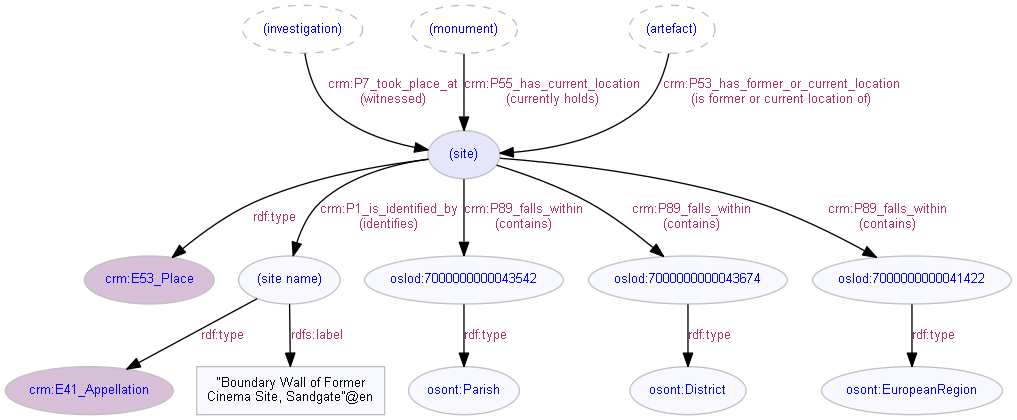
Earlier version of the Graphviz export pages/docs/img/ld4he-site.png (cbinding/LD4HE). Its source is kept beside it as diagrams/ld4he-site.dot.
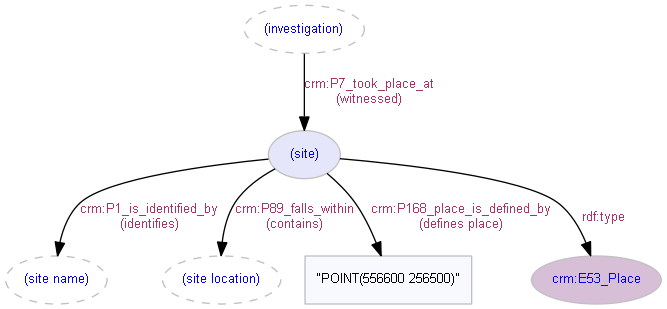
After the commit.

What changed in the source:
```diff
@@ -2,23 +2,14 @@
    node [color=gray, fontcolor=blue, fontsize=10, fontname=Arial, style=filled, fillcolor=ghostwhite];
    edge [color=black, fontcolor=maroon, fontsize=10, fontname=Arial];
    "(investigation)" [style=dashed];
-   "(monument)" [style=dashed];
-   "(artefact)" [style=dashed];
    "(site)" [fillcolor="lavender"];
+   "(site name)" [style=dashed];
+   "(site location)" [style=dashed];
+   "\"POINT(556600 256500)\"" [shape=box, fontcolor=black];
    "crm:E53_Place" [fillcolor=thistle, target="crm", URL="http://www.cidoc-crm.org/cidoc-crm/E53_Place"];
-   "crm:E41_Appellation" [fillcolor=thistle, target="crm", URL="http://www.cidoc-crm.org/cidoc-crm/E41_Appellation"];
    "(investigation)" -> "(site)" [label="crm:P7_took_place_at\n(witnessed)", labelURL="http://www.cidoc-crm.org/cidoc-crm/P7_took_place_at"];
-   "(monument)" -> "(site)" [label="crm:P55_has_current_location\n(currently holds)", labelURL="http://www.cidoc-crm.org/cidoc-crm/P55_has_current_location"];
-   "(artefact)" -> "(site)" [label="crm:P53_has_former_or_current_location\n(is former or current location of)", labelURL="http://www.cidoc-crm.org/cidoc-crm/P53_has_former_or_current_location"];
    "(site)" -> "crm:E53_Place" [label="rdf:type", labelURL="http://www.w3.org/1999/02/22-rdf-syntax-ns#type"];
    "(site)" -> "(site name)" [label="crm:P1_is_identified_by\n(identifies)", labelURL="http://www.cidoc-crm.org/cidoc-crm/P1_is_identified_by"];
-   "(site name)" -> "crm:E41_Appellation" [label="rdf:type", labelURL="http://www.w3.org/1999/02/22-rdf-syntax-ns#type"];
-   "(site name)" -> "\"Boundary Wall of Former\nCinema Site, Sandgate\"@en" [label="rdfs:label", labelURL="http://www.w3.org/2000/01/rdf-schema#label"];
-   "\"Boundary Wall of Former\nCinema Site, Sandgate\"@en" [shape=box, fontcolor=black];
-   "oslod:7000000000043542" -> "osont:Parish" [label="rdf:type", labelURL="http://www.w3.org/1999/02/22-rdf-syntax-ns#type"];
-   "oslod:7000000000043674" -> "osont:District" [label="rdf:type", labelURL="http://www.w3.org/1999/02/22-rdf-syntax-ns#type"];
-   "oslod:7000000000041422" -> "osont:EuropeanRegion" [label="rdf:type", labelURL="http://www.w3.org/1999/02/22-rdf-syntax-ns#type"];
-   "(site)" -> "oslod:7000000000043542" [label="crm:P89_falls_within\n(contains)", labelURL="http://www.cidoc-crm.org/cidoc-crm/P89_falls_within"];
-   "(site)" -> "oslod:7000000000043674" [label="crm:P89_falls_within\n(contains)", labelURL="http://www.cidoc-crm.org/cidoc-crm/P89_falls_within"];
-   "(site)" -> "oslod:7000000000041422" [label="crm:P89_falls_within\n(contains)", labelURL="http://www.cidoc-crm.org/cidoc-crm/P89_falls_within"];
+   "(site)" -> "(site location)" [label="crm:P89_falls_within\n(contains)", labelURL="http://www.cidoc-crm.org/cidoc-crm/P89_falls_within"];
+   "(site)" -> "\"POINT(556600 256500)\"" [label="crm:P168_place_is_defined_by\n(defines place)", labelURL="http://www.cidoc-crm.org/cidoc-crm/P168_place_is_defined_by"];
 }
```
